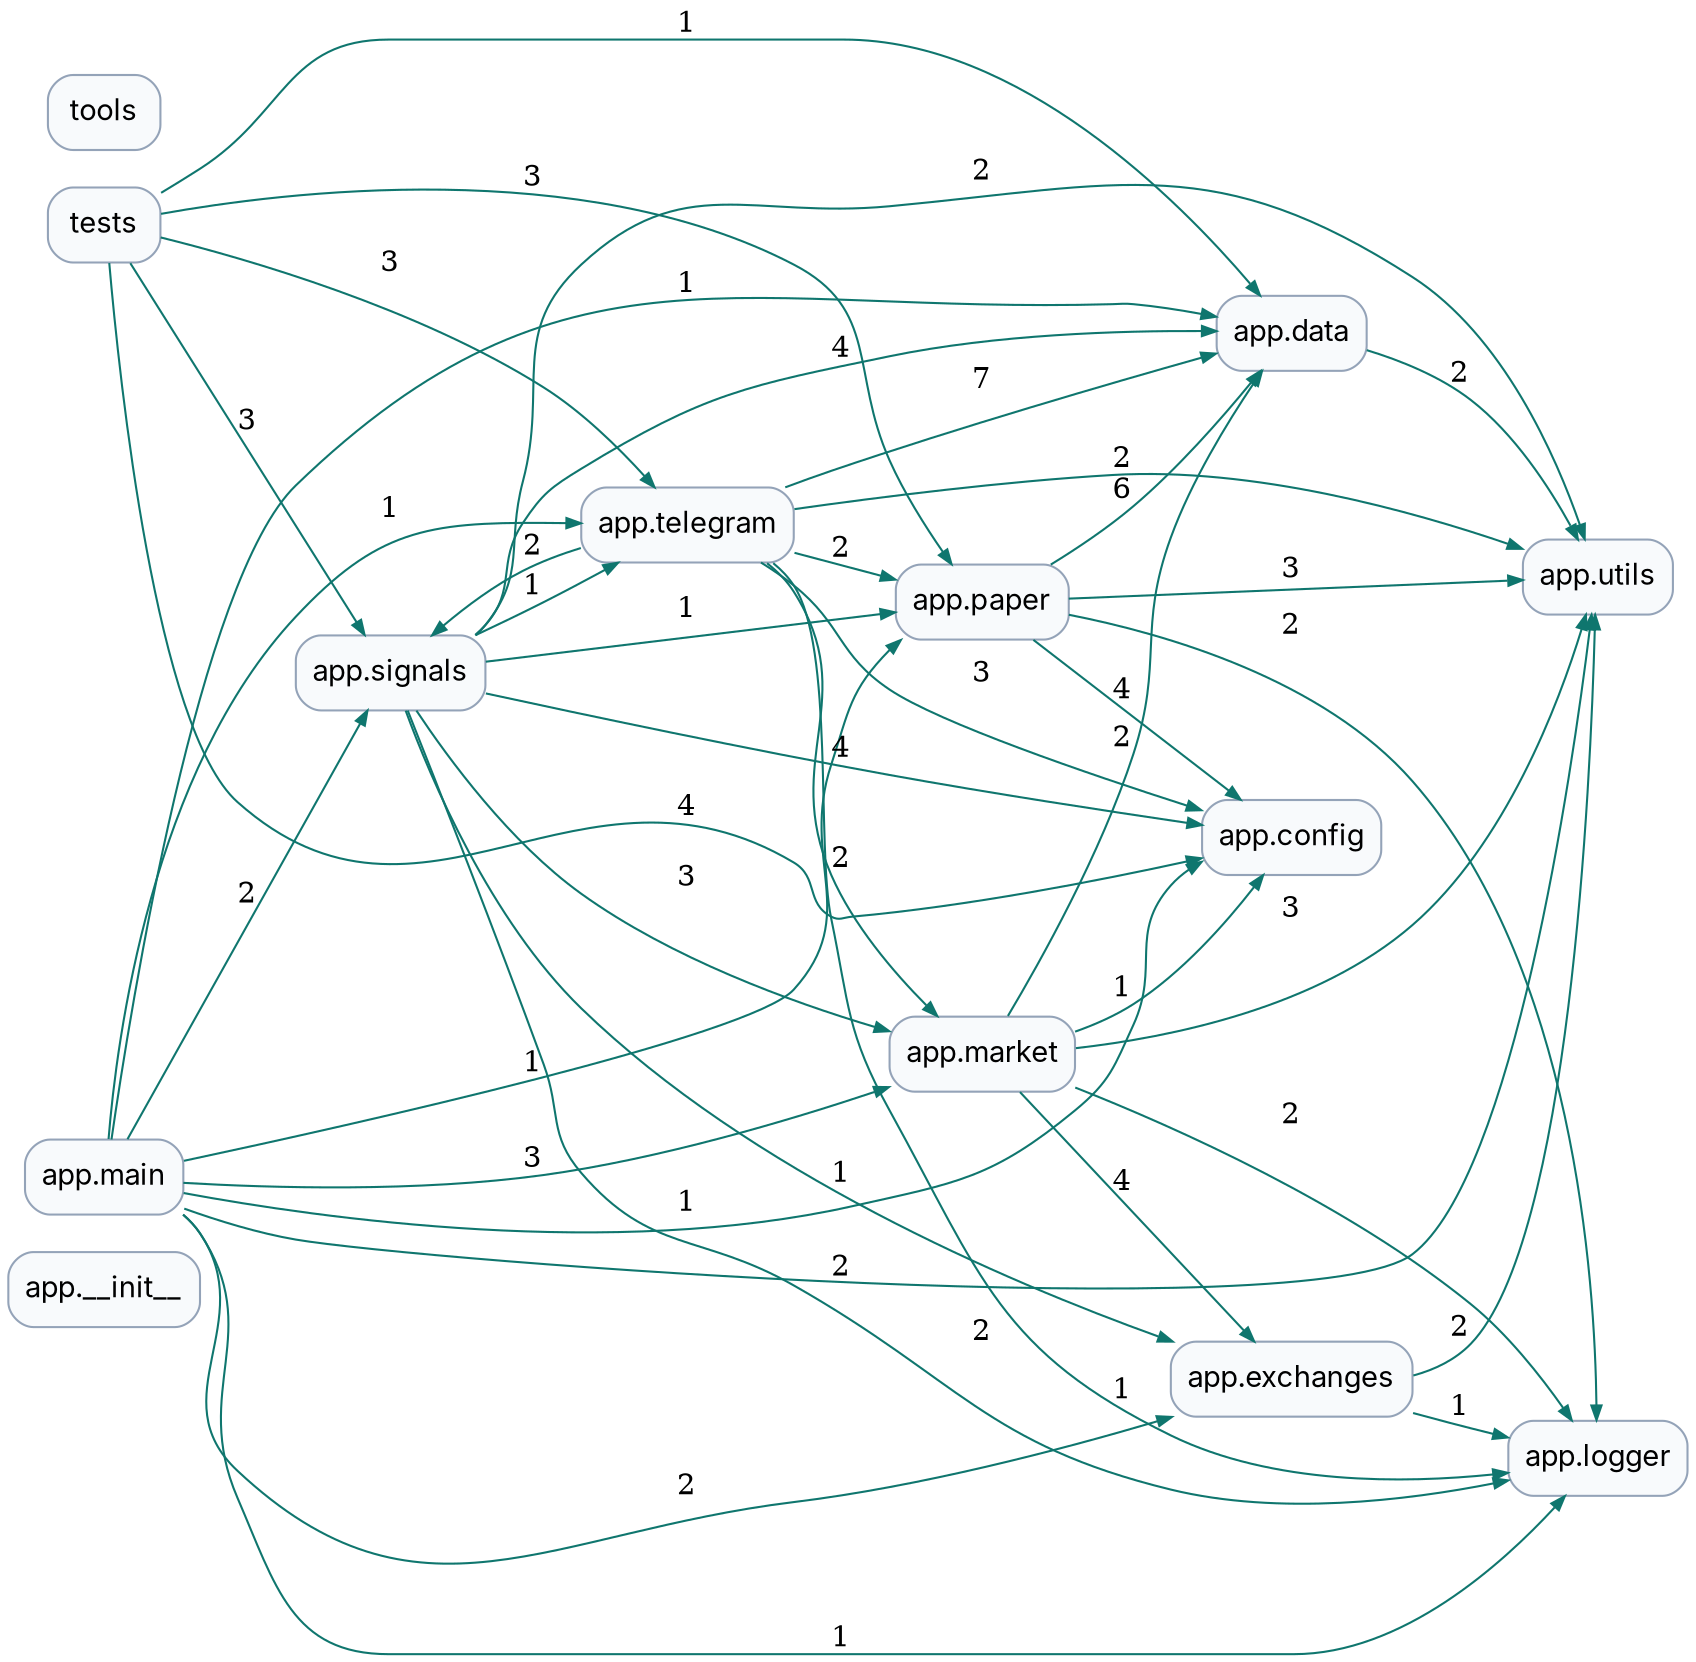
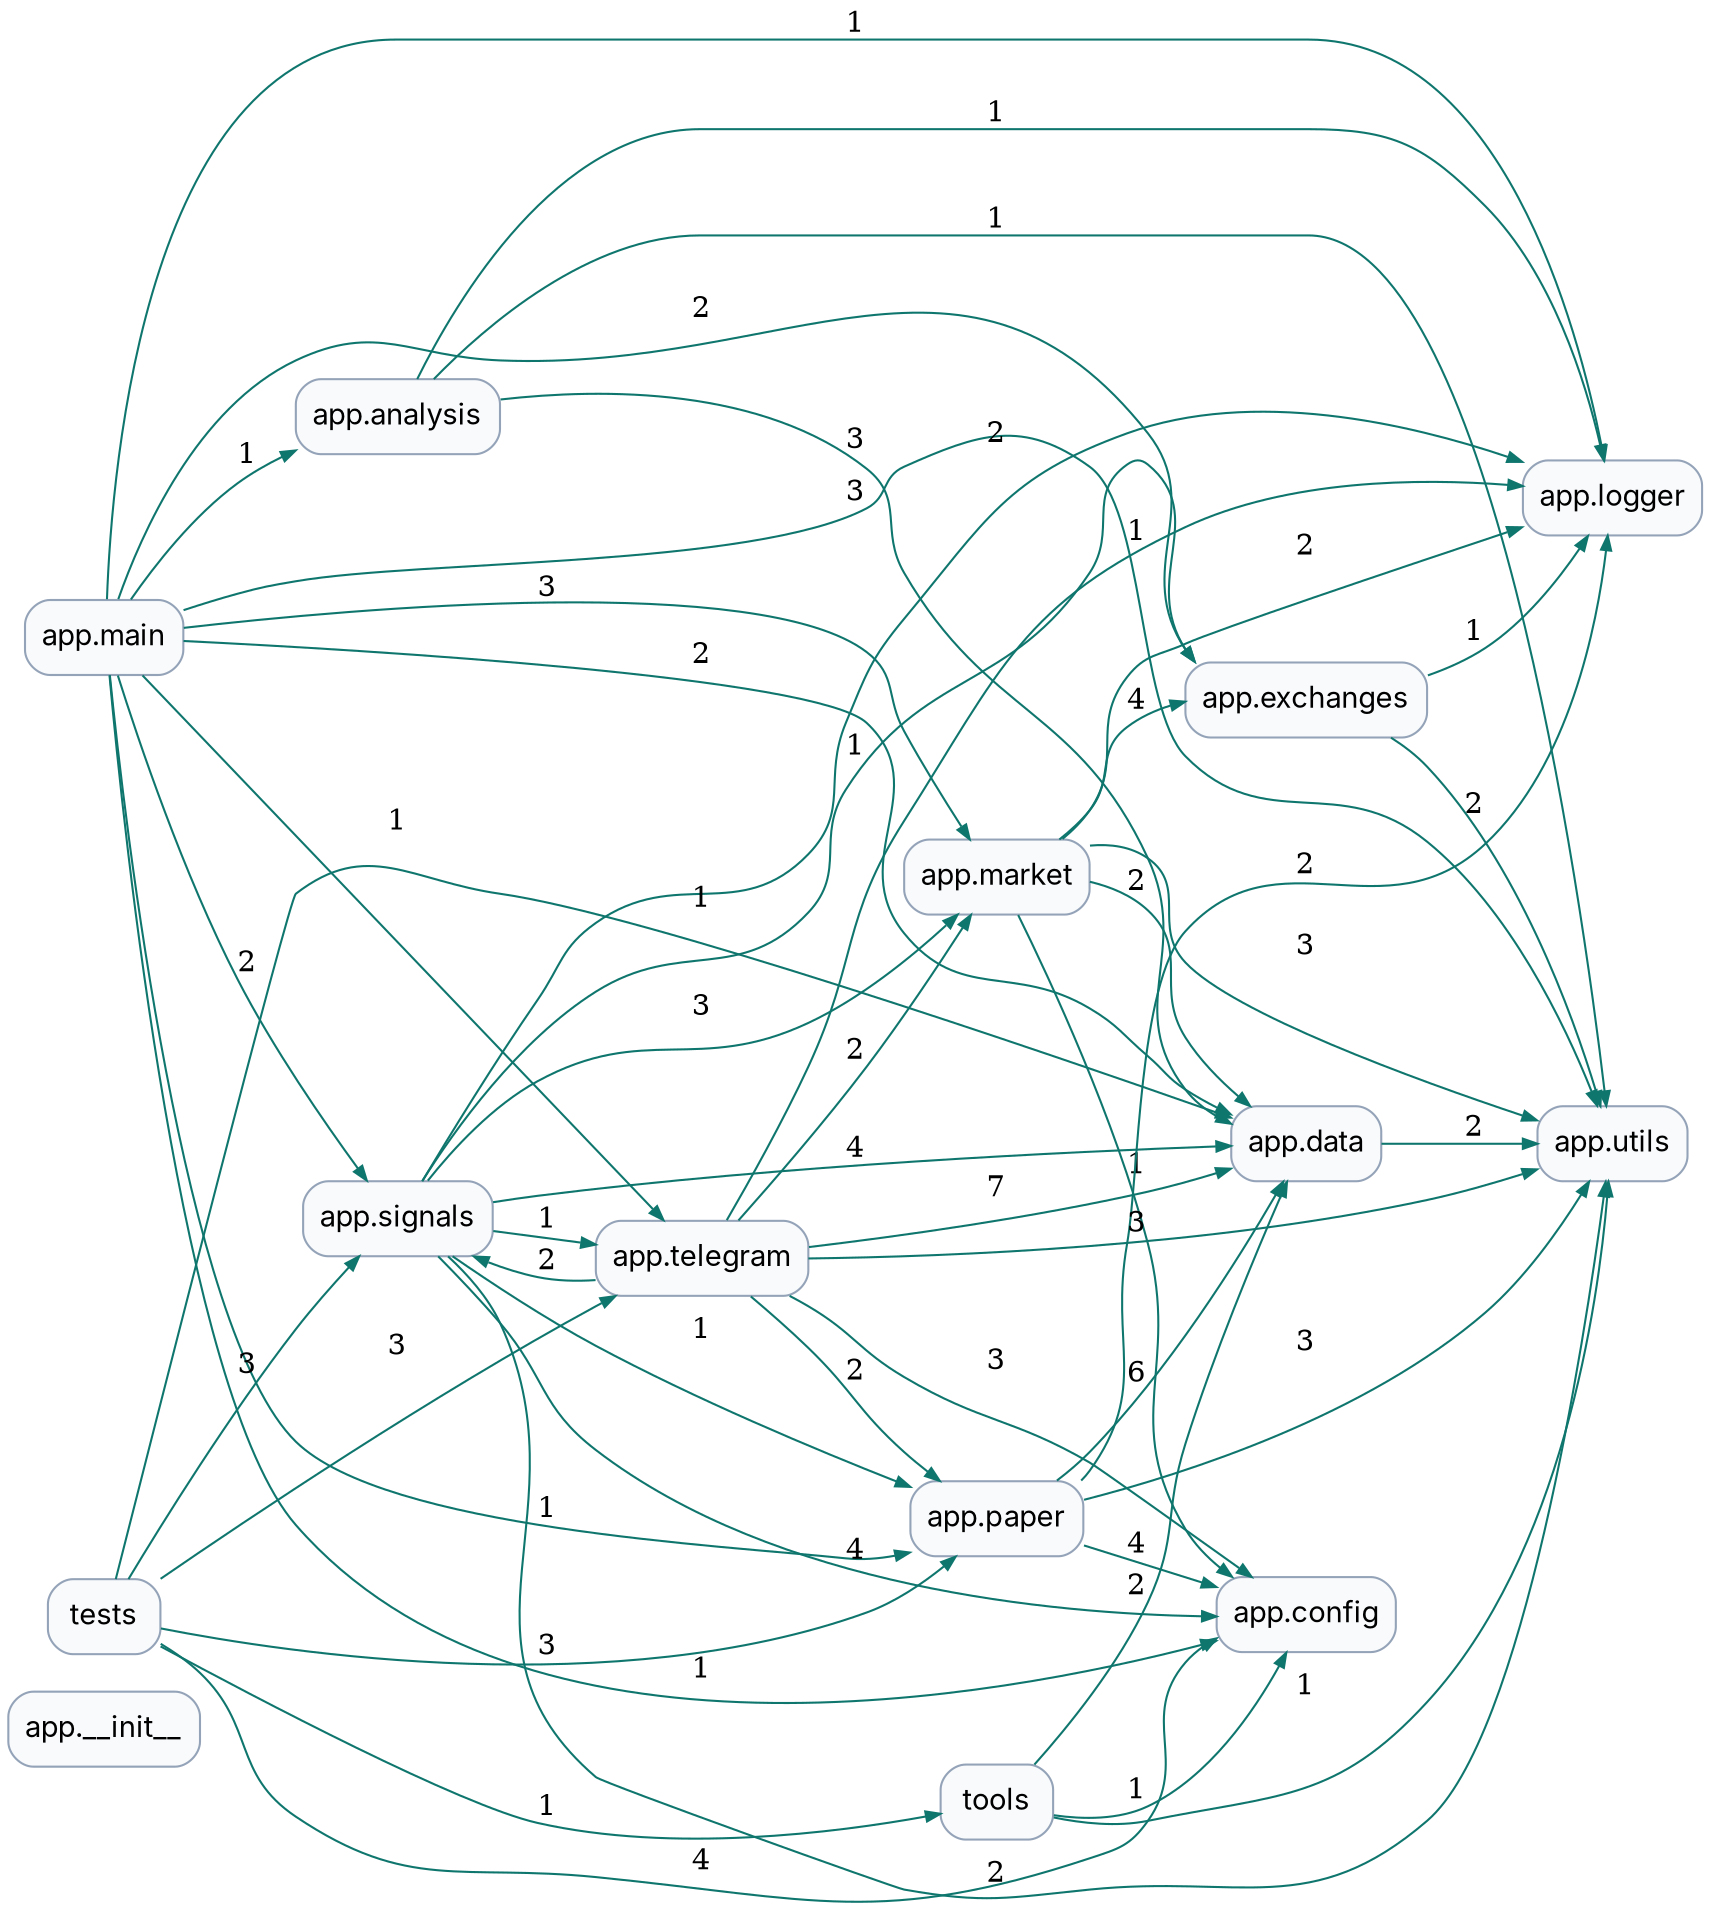
digraph dependencies {
  graph [rankdir=LR, bgcolor="white", splines=true];
  node [shape=box, style="rounded,filled", fillcolor="#f8fafc", color="#94a3b8", fontname="Inter"];
  edge [color="#0f766e", arrowsize=0.7];
  "app.__init__";
+   "app.analysis";
  "app.config";
  "app.data";
  "app.exchanges";
  "app.logger";
  "app.main";
  "app.market";
  "app.paper";
  "app.signals";
  "app.telegram";
  "app.utils";
  "tests";
  "tools";
+   "app.analysis" -> "app.data" [label="3"];
+   "app.analysis" -> "app.logger" [label="1"];
+   "app.analysis" -> "app.utils" [label="1"];
  "app.data" -> "app.utils" [label="2"];
  "app.exchanges" -> "app.logger" [label="1"];
  "app.exchanges" -> "app.utils" [label="2"];
+   "app.main" -> "app.analysis" [label="1"];
  "app.main" -> "app.config" [label="1"];
-   "app.main" -> "app.data" [label="1"];
+   "app.main" -> "app.data" [label="2"];
  "app.main" -> "app.exchanges" [label="2"];
  "app.main" -> "app.logger" [label="1"];
  "app.main" -> "app.market" [label="3"];
  "app.main" -> "app.paper" [label="1"];
  "app.main" -> "app.signals" [label="2"];
  "app.main" -> "app.telegram" [label="1"];
-   "app.main" -> "app.utils" [label="2"];
+   "app.main" -> "app.utils" [label="3"];
  "app.market" -> "app.config" [label="1"];
  "app.market" -> "app.data" [label="2"];
  "app.market" -> "app.exchanges" [label="4"];
  "app.market" -> "app.logger" [label="2"];
  "app.market" -> "app.utils" [label="3"];
  "app.paper" -> "app.config" [label="4"];
  "app.paper" -> "app.data" [label="6"];
  "app.paper" -> "app.logger" [label="2"];
  "app.paper" -> "app.utils" [label="3"];
  "app.signals" -> "app.config" [label="4"];
  "app.signals" -> "app.data" [label="4"];
  "app.signals" -> "app.exchanges" [label="1"];
  "app.signals" -> "app.logger" [label="2"];
  "app.signals" -> "app.market" [label="3"];
  "app.signals" -> "app.paper" [label="1"];
  "app.signals" -> "app.telegram" [label="1"];
  "app.signals" -> "app.utils" [label="2"];
  "app.telegram" -> "app.config" [label="3"];
  "app.telegram" -> "app.data" [label="7"];
  "app.telegram" -> "app.logger" [label="1"];
  "app.telegram" -> "app.market" [label="2"];
  "app.telegram" -> "app.paper" [label="2"];
  "app.telegram" -> "app.signals" [label="2"];
-   "app.telegram" -> "app.utils" [label="2"];
+   "app.telegram" -> "app.utils" [label="3"];
  "tests" -> "app.config" [label="4"];
  "tests" -> "app.data" [label="1"];
  "tests" -> "app.paper" [label="3"];
  "tests" -> "app.signals" [label="3"];
  "tests" -> "app.telegram" [label="3"];
+   "tests" -> "tools" [label="1"];
+   "tools" -> "app.config" [label="1"];
+   "tools" -> "app.data" [label="2"];
+   "tools" -> "app.utils" [label="1"];
}
